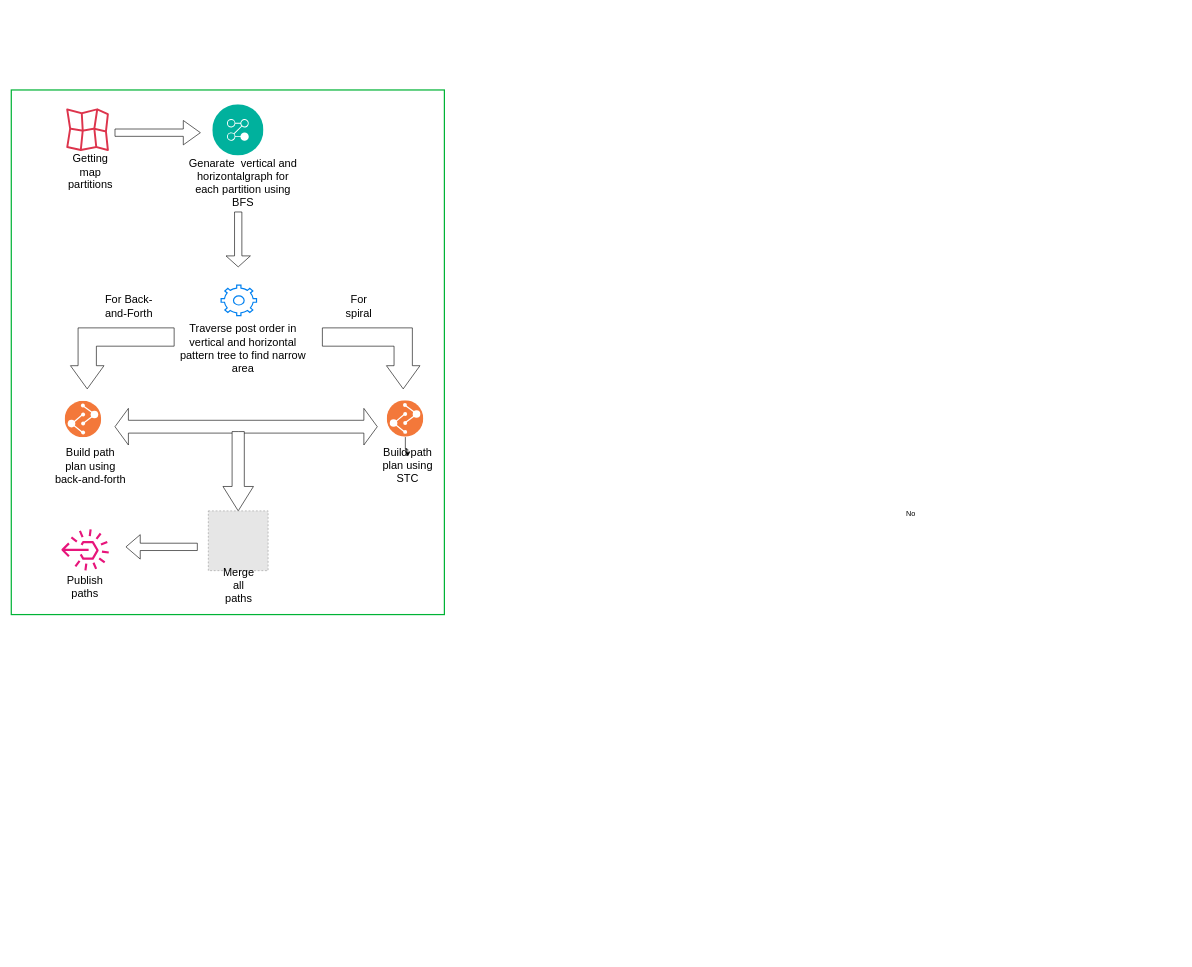
Earlier version of the draw.io diagram page "Page-2" (2 of 3) of Path planning flow chart.drawio (RandikaVS/Edfoci-chat-server). Source tidied: cells renumbered, new cells numbered last; positions are measured from the earlier drawing's top-left corner, leaving out a move shared by most shapes. Both pictures are drawn from the tidied source at 61%, with x=0, y=0 at pixel (11, 90). Pictures stored in the file or linked from it are replaced by grey dashed boxes.
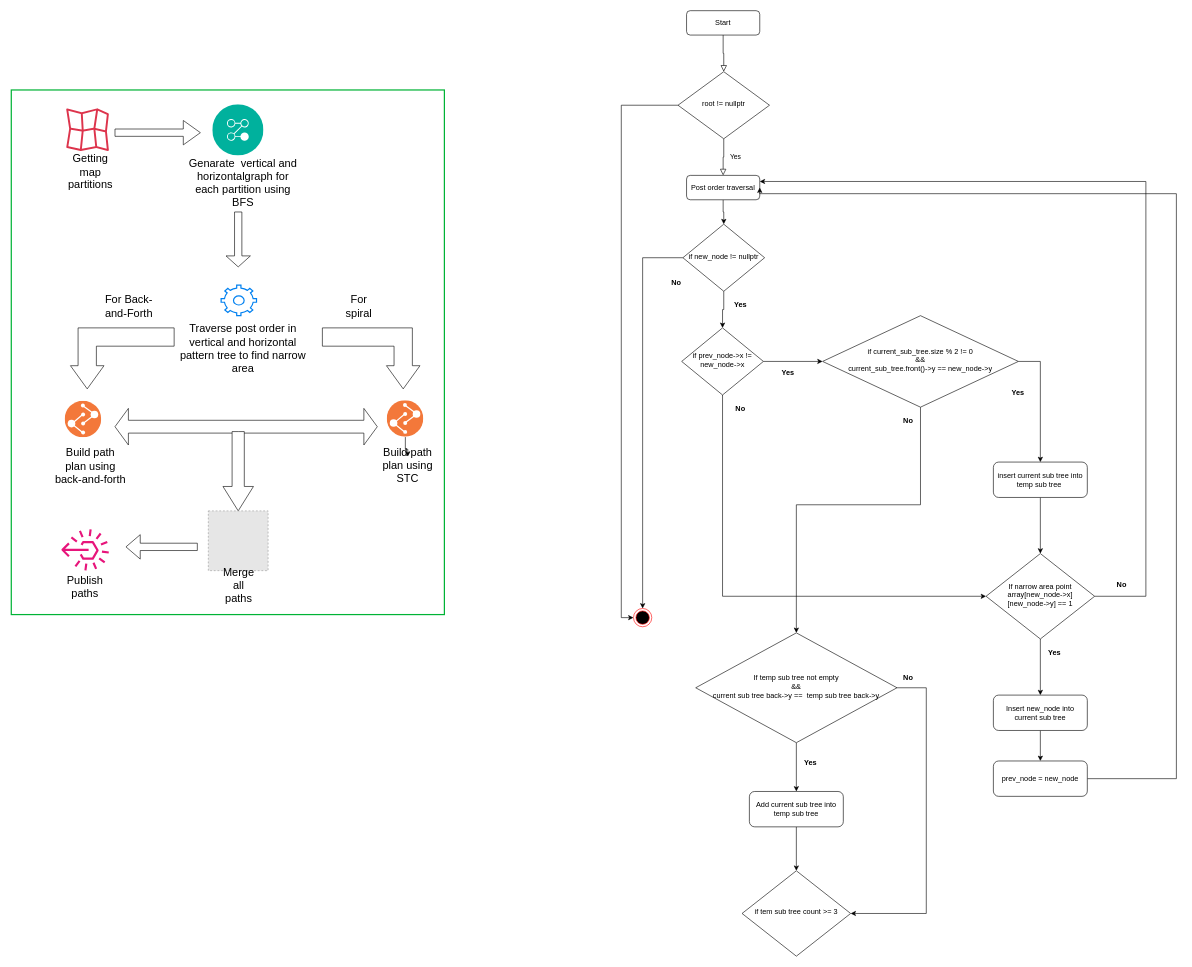
The same page after the edit.

Diff of the diagram source:
```diff
@@
-    <mxCell id="3" value="No" style="text;html=1;strokeColor=none;fillColor=none;align=center;verticalAlign=middle;whiteSpace=wrap;rounded=0;" parent="1" vertex="1">
-      <mxGeometry x="1445" y="680" width="60" height="30" as="geometry" />
-    </mxCell>
@@
+    <mxCell id="33" style="rounded=0;html=1;jettySize=auto;fontSize=11;endArrow=block;endFill=0;endSize=8;strokeWidth=1;shadow=0;labelBackgroundColor=none;edgeStyle=orthogonalEdgeStyle;exitX=0.5;exitY=1;exitDx=0;exitDy=0;" parent="1" edge="1" source="39" target="36">
+      <mxGeometry relative="1" as="geometry" />
+    </mxCell>
+    <mxCell id="34" value="Yes" style="rounded=0;html=1;jettySize=auto;fontSize=11;endArrow=block;endFill=0;endSize=8;strokeWidth=1;shadow=0;labelBackgroundColor=none;edgeStyle=orthogonalEdgeStyle;entryX=0.5;entryY=0;entryDx=0;entryDy=0;" parent="1" edge="1" source="36" target="38">
+      <mxGeometry y="20" relative="1" as="geometry" />
+    </mxCell>
+    <mxCell id="35" style="edgeStyle=orthogonalEdgeStyle;rounded=0;jettySize=auto;html=1;entryX=0;entryY=0.5;entryDx=0;entryDy=0;" parent="1" edge="1" source="36" target="58">
+      <mxGeometry relative="1" as="geometry" />
+    </mxCell>
+    <mxCell id="36" value="root != nullptr" style="rhombus;whiteSpace=wrap;html=1;shadow=0;fontFamily=Helvetica;fontSize=12;align=center;strokeWidth=1;spacing=6;spacingTop=-4;" parent="1" vertex="1">
+      <mxGeometry x="1093" y="-30" width="150" height="110" as="geometry" />
+    </mxCell>
+    <mxCell id="37" style="edgeStyle=orthogonalEdgeStyle;rounded=0;jettySize=auto;html=1;entryX=0.5;entryY=0;entryDx=0;entryDy=0;" parent="1" edge="1" source="38" target="64">
+      <mxGeometry relative="1" as="geometry" />
+    </mxCell>
+    <mxCell id="38" value="Post order traversal" style="rounded=1;whiteSpace=wrap;html=1;fontSize=12;glass=0;strokeWidth=1;shadow=0;" parent="1" vertex="1">
+      <mxGeometry x="1107" y="140" width="120" height="40" as="geometry" />
+    </mxCell>
+    <mxCell id="39" value="Start" style="rounded=1;whiteSpace=wrap;html=1;fontSize=12;glass=0;strokeWidth=1;shadow=0;" parent="1" vertex="1">
+      <mxGeometry x="1107" y="-130" width="120" height="40" as="geometry" />
+    </mxCell>
+    <mxCell id="40" style="edgeStyle=orthogonalEdgeStyle;rounded=0;jettySize=auto;html=1;entryX=0;entryY=0.5;entryDx=0;entryDy=0;" parent="1" edge="1" source="42" target="47">
+      <mxGeometry relative="1" as="geometry" />
+    </mxCell>
+    <mxCell id="41" style="edgeStyle=orthogonalEdgeStyle;rounded=0;jettySize=auto;html=1;entryX=0;entryY=0.5;entryDx=0;entryDy=0;" parent="1" edge="1" source="42" target="54">
+      <mxGeometry relative="1" as="geometry">
+        <Array as="points">
+          <mxPoint x="1166" y="830" />
+        </Array>
+      </mxGeometry>
+    </mxCell>
+    <mxCell id="42" value="if prev_node-&amp;gt;x != new_node-&amp;gt;x" style="rhombus;whiteSpace=wrap;html=1;shadow=0;fontFamily=Helvetica;fontSize=12;align=center;strokeWidth=1;spacing=6;spacingTop=-4;" parent="1" vertex="1">
+      <mxGeometry x="1099" y="390" width="134" height="110" as="geometry" />
+    </mxCell>
+    <mxCell id="43" value="Yes" style="text;align=center;fontStyle=1;verticalAlign=middle;spacingLeft=3;spacingRight=3;strokeColor=none;html=1;" parent="1" vertex="1">
+      <mxGeometry x="1233" y="450" width="80" height="26" as="geometry" />
+    </mxCell>
+    <mxCell id="44" value="No" style="text;align=center;fontStyle=1;verticalAlign=middle;spacingLeft=3;spacingRight=3;strokeColor=none;html=1;" parent="1" vertex="1">
+      <mxGeometry x="1155" y="510" width="80" height="26" as="geometry" />
+    </mxCell>
+    <mxCell id="45" style="edgeStyle=orthogonalEdgeStyle;rounded=0;jettySize=auto;html=1;exitX=1;exitY=0.5;exitDx=0;exitDy=0;" parent="1" edge="1" source="47" target="50">
+      <mxGeometry relative="1" as="geometry" />
+    </mxCell>
+    <mxCell id="46" style="edgeStyle=orthogonalEdgeStyle;rounded=0;jettySize=auto;html=1;exitX=0.5;exitY=1;exitDx=0;exitDy=0;entryX=0.5;entryY=0;entryDx=0;entryDy=0;" parent="1" edge="1" source="47" target="68">
+      <mxGeometry relative="1" as="geometry">
+        <Array as="points">
+          <mxPoint x="1491" y="680" />
+          <mxPoint x="1287" y="680" />
+        </Array>
+      </mxGeometry>
+    </mxCell>
+    <mxCell id="47" value="if current_sub_tree.size % 2 != 0&lt;div&gt;&amp;amp;&amp;amp;&lt;/div&gt;&lt;div&gt;current_sub_tree.front()-&amp;gt;y == new_node-&amp;gt;y&lt;/div&gt;" style="rhombus;whiteSpace=wrap;html=1;shadow=0;fontFamily=Helvetica;fontSize=12;align=center;strokeWidth=1;spacing=6;spacingTop=-4;" parent="1" vertex="1">
+      <mxGeometry x="1330" y="370" width="321" height="150" as="geometry" />
+    </mxCell>
+    <mxCell id="48" style="edgeStyle=orthogonalEdgeStyle;rounded=0;orthogonalLoop=1;jettySize=auto;html=1;exitX=0.5;exitY=1;exitDx=0;exitDy=0;" parent="1" edge="1" source="47" target="47">
+      <mxGeometry relative="1" as="geometry" />
+    </mxCell>
+    <mxCell id="49" style="edgeStyle=orthogonalEdgeStyle;rounded=0;jettySize=auto;html=1;entryX=0.5;entryY=0;entryDx=0;entryDy=0;" parent="1" edge="1" source="50" target="54">
+      <mxGeometry relative="1" as="geometry" />
+    </mxCell>
+    <mxCell id="50" value="insert current sub tree into temp sub tree&amp;nbsp;" style="rounded=1;whiteSpace=wrap;html=1;fontSize=12;glass=0;strokeWidth=1;shadow=0;" parent="1" vertex="1">
+      <mxGeometry x="1610" y="610" width="154" height="58" as="geometry" />
+    </mxCell>
+    <mxCell id="51" value="Yes" style="text;align=center;fontStyle=1;verticalAlign=middle;spacingLeft=3;spacingRight=3;strokeColor=none;html=1;" parent="1" vertex="1">
+      <mxGeometry x="1610" y="484" width="80" height="26" as="geometry" />
+    </mxCell>
+    <mxCell id="52" style="edgeStyle=orthogonalEdgeStyle;rounded=0;jettySize=auto;html=1;entryX=0.5;entryY=0;entryDx=0;entryDy=0;" parent="1" edge="1" source="54" target="56">
+      <mxGeometry relative="1" as="geometry" />
+    </mxCell>
+    <mxCell id="53" style="edgeStyle=orthogonalEdgeStyle;rounded=0;jettySize=auto;html=1;exitX=1;exitY=0.5;exitDx=0;exitDy=0;entryX=1;entryY=0.25;entryDx=0;entryDy=0;" parent="1" edge="1" source="54" target="38">
+      <mxGeometry relative="1" as="geometry">
+        <Array as="points">
+          <mxPoint x="1860" y="830" />
+          <mxPoint x="1860" y="150" />
+        </Array>
+      </mxGeometry>
+    </mxCell>
+    <mxCell id="54" value="If narrow area point array[new_node-&amp;gt;x][new_node-&amp;gt;y] == 1" style="rhombus;whiteSpace=wrap;html=1;shadow=0;fontFamily=Helvetica;fontSize=12;align=center;strokeWidth=1;spacing=6;spacingTop=-4;" parent="1" vertex="1">
+      <mxGeometry x="1598" y="760" width="178" height="140" as="geometry" />
+    </mxCell>
+    <mxCell id="55" style="edgeStyle=orthogonalEdgeStyle;rounded=0;jettySize=auto;html=1;entryX=0.5;entryY=0;entryDx=0;entryDy=0;" parent="1" edge="1" source="56" target="60">
+      <mxGeometry relative="1" as="geometry" />
+    </mxCell>
+    <mxCell id="56" value="Insert new_node into current sub tree" style="rounded=1;whiteSpace=wrap;html=1;fontSize=12;glass=0;strokeWidth=1;shadow=0;" parent="1" vertex="1">
+      <mxGeometry x="1610" y="992" width="154" height="58" as="geometry" />
+    </mxCell>
+    <mxCell id="57" value="Yes" style="text;align=center;fontStyle=1;verticalAlign=middle;spacingLeft=3;spacingRight=3;strokeColor=none;html=1;" parent="1" vertex="1">
+      <mxGeometry x="1670" y="910" width="80" height="26" as="geometry" />
+    </mxCell>
+    <mxCell id="58" style="ellipse;html=1;shape=endState;fillColor=#000000;strokeColor=#ff0000;" parent="1" vertex="1">
+      <mxGeometry x="1020" y="850" width="30" height="30" as="geometry" />
+    </mxCell>
+    <mxCell id="59" style="edgeStyle=orthogonalEdgeStyle;rounded=0;jettySize=auto;html=1;entryX=1;entryY=0.5;entryDx=0;entryDy=0;exitX=1;exitY=0.5;exitDx=0;exitDy=0;" parent="1" edge="1" source="60" target="38">
+      <mxGeometry relative="1" as="geometry">
+        <Array as="points">
+          <mxPoint x="1910" y="1129" />
+          <mxPoint x="1910" y="170" />
+          <mxPoint x="1227" y="170" />
+        </Array>
+      </mxGeometry>
+    </mxCell>
+    <mxCell id="60" value="prev_node = new_node" style="rounded=1;whiteSpace=wrap;html=1;fontSize=12;glass=0;strokeWidth=1;shadow=0;" parent="1" vertex="1">
+      <mxGeometry x="1610" y="1100" width="154" height="58" as="geometry" />
+    </mxCell>
+    <mxCell id="61" value="No" style="text;align=center;fontStyle=1;verticalAlign=middle;spacingLeft=3;spacingRight=3;strokeColor=none;html=1;" parent="1" vertex="1">
+      <mxGeometry x="1780" y="798" width="80" height="26" as="geometry" />
+    </mxCell>
+    <mxCell id="62" style="edgeStyle=orthogonalEdgeStyle;rounded=0;jettySize=auto;html=1;entryX=0.5;entryY=0;entryDx=0;entryDy=0;" parent="1" edge="1" source="64" target="42">
+      <mxGeometry relative="1" as="geometry" />
+    </mxCell>
+    <mxCell id="63" style="edgeStyle=orthogonalEdgeStyle;rounded=0;jettySize=auto;html=1;entryX=0.5;entryY=0;entryDx=0;entryDy=0;" parent="1" edge="1" source="64" target="58">
+      <mxGeometry relative="1" as="geometry" />
+    </mxCell>
+    <mxCell id="64" value="if new_node != nullptr" style="rhombus;whiteSpace=wrap;html=1;shadow=0;fontFamily=Helvetica;fontSize=12;align=center;strokeWidth=1;spacing=6;spacingTop=-4;" parent="1" vertex="1">
+      <mxGeometry x="1101" y="220" width="134" height="110" as="geometry" />
+    </mxCell>
+    <mxCell id="65" value="Yes" style="text;align=center;fontStyle=1;verticalAlign=middle;spacingLeft=3;spacingRight=3;strokeColor=none;html=1;" parent="1" vertex="1">
+      <mxGeometry x="1155" y="340" width="80" height="26" as="geometry" />
+    </mxCell>
+    <mxCell id="66" value="No" style="text;align=center;fontStyle=1;verticalAlign=middle;spacingLeft=3;spacingRight=3;strokeColor=none;html=1;" parent="1" vertex="1">
+      <mxGeometry x="1050" y="304" width="80" height="26" as="geometry" />
+    </mxCell>
+    <mxCell id="67" style="edgeStyle=orthogonalEdgeStyle;rounded=0;jettySize=auto;html=1;" parent="1" edge="1" source="68" target="71">
+      <mxGeometry relative="1" as="geometry" />
+    </mxCell>
+    <mxCell id="68" value="If temp sub tree not empty&lt;div&gt;&amp;amp;&amp;amp;&lt;/div&gt;&lt;div&gt;current sub tree back-&amp;gt;y ==&amp;nbsp; temp sub tree back-&amp;gt;y&lt;/div&gt;" style="rhombus;whiteSpace=wrap;html=1;shadow=0;fontFamily=Helvetica;fontSize=12;align=center;strokeWidth=1;spacing=6;spacingTop=-4;" parent="1" vertex="1">
+      <mxGeometry x="1122" y="890" width="330" height="180" as="geometry" />
+    </mxCell>
+    <mxCell id="69" value="No" style="text;align=center;fontStyle=1;verticalAlign=middle;spacingLeft=3;spacingRight=3;strokeColor=none;html=1;" parent="1" vertex="1">
+      <mxGeometry x="1430" y="530" width="80" height="26" as="geometry" />
+    </mxCell>
+    <mxCell id="70" style="edgeStyle=orthogonalEdgeStyle;rounded=0;jettySize=auto;html=1;entryX=0.5;entryY=0;entryDx=0;entryDy=0;" parent="1" edge="1" source="71" target="73">
+      <mxGeometry relative="1" as="geometry" />
+    </mxCell>
+    <mxCell id="71" value="Add current sub tree into temp sub tree" style="rounded=1;whiteSpace=wrap;html=1;fontSize=12;glass=0;strokeWidth=1;shadow=0;" parent="1" vertex="1">
+      <mxGeometry x="1210" y="1150" width="154" height="58" as="geometry" />
+    </mxCell>
+    <mxCell id="72" value="Yes" style="text;align=center;fontStyle=1;verticalAlign=middle;spacingLeft=3;spacingRight=3;strokeColor=none;html=1;" parent="1" vertex="1">
+      <mxGeometry x="1270" y="1090" width="80" height="26" as="geometry" />
+    </mxCell>
+    <mxCell id="73" value="if tem sub tree count &amp;gt;= 3" style="rhombus;whiteSpace=wrap;html=1;shadow=0;fontFamily=Helvetica;fontSize=12;align=center;strokeWidth=1;spacing=6;spacingTop=-4;" parent="1" vertex="1">
+      <mxGeometry x="1198" y="1280" width="178" height="140" as="geometry" />
+    </mxCell>
+    <mxCell id="74" style="edgeStyle=orthogonalEdgeStyle;rounded=0;jettySize=auto;html=1;exitX=1;exitY=0.5;exitDx=0;exitDy=0;entryX=1;entryY=0.5;entryDx=0;entryDy=0;" parent="1" edge="1" source="68" target="73">
+      <mxGeometry relative="1" as="geometry">
+        <Array as="points">
+          <mxPoint x="1500" y="980" />
+          <mxPoint x="1500" y="1350" />
+        </Array>
+      </mxGeometry>
+    </mxCell>
+    <mxCell id="75" value="No" style="text;align=center;fontStyle=1;verticalAlign=middle;spacingLeft=3;spacingRight=3;strokeColor=none;html=1;" parent="1" vertex="1">
+      <mxGeometry x="1430" y="950" width="80" height="26" as="geometry" />
+    </mxCell>
```
